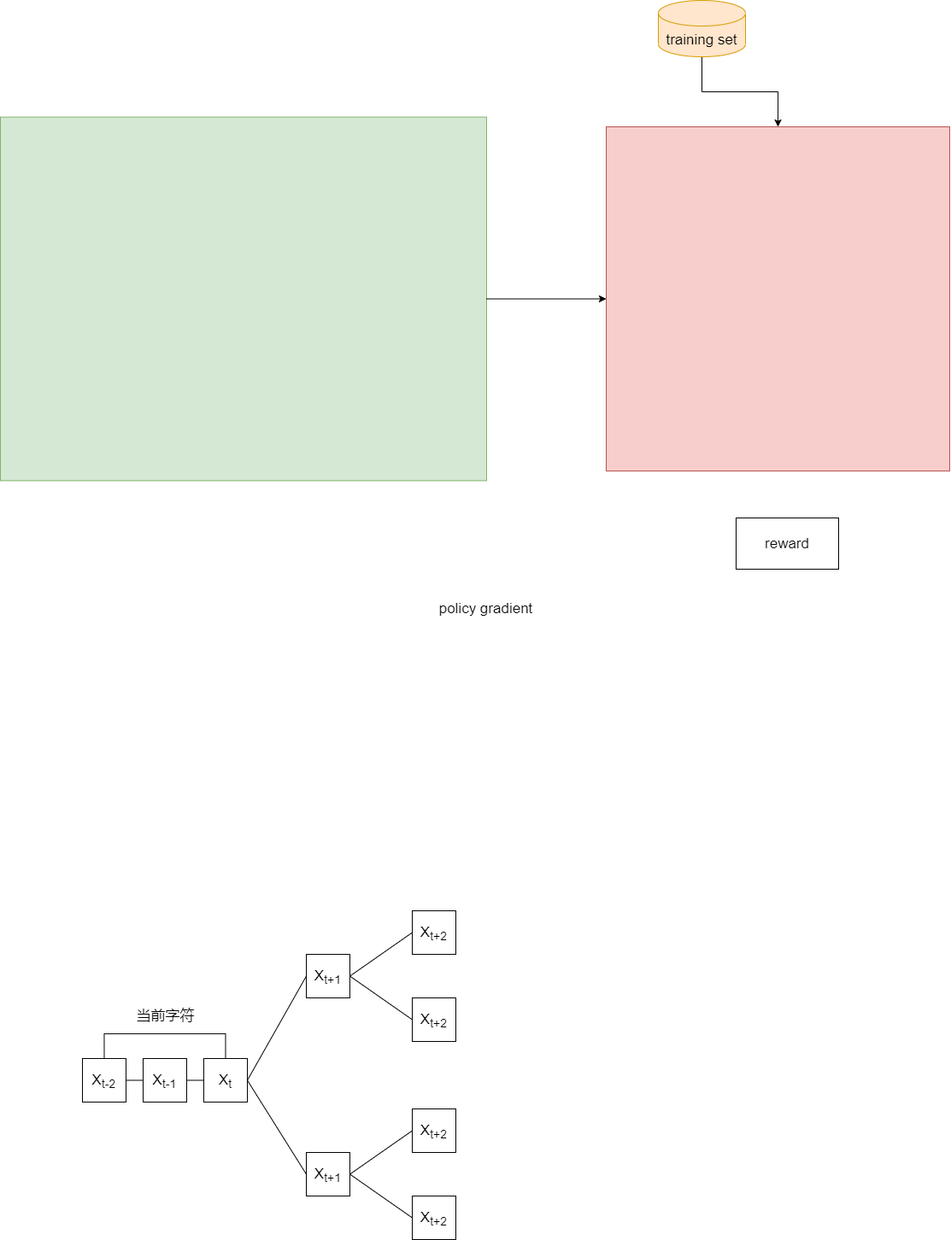
Above: seqgan.drawio.png in lakomi/pictures (draw.io), before the change. Source tidied: cells renumbered, new cells last; positions are measured from the earlier drawing's top-left corner, leaving out a move shared by most shapes.
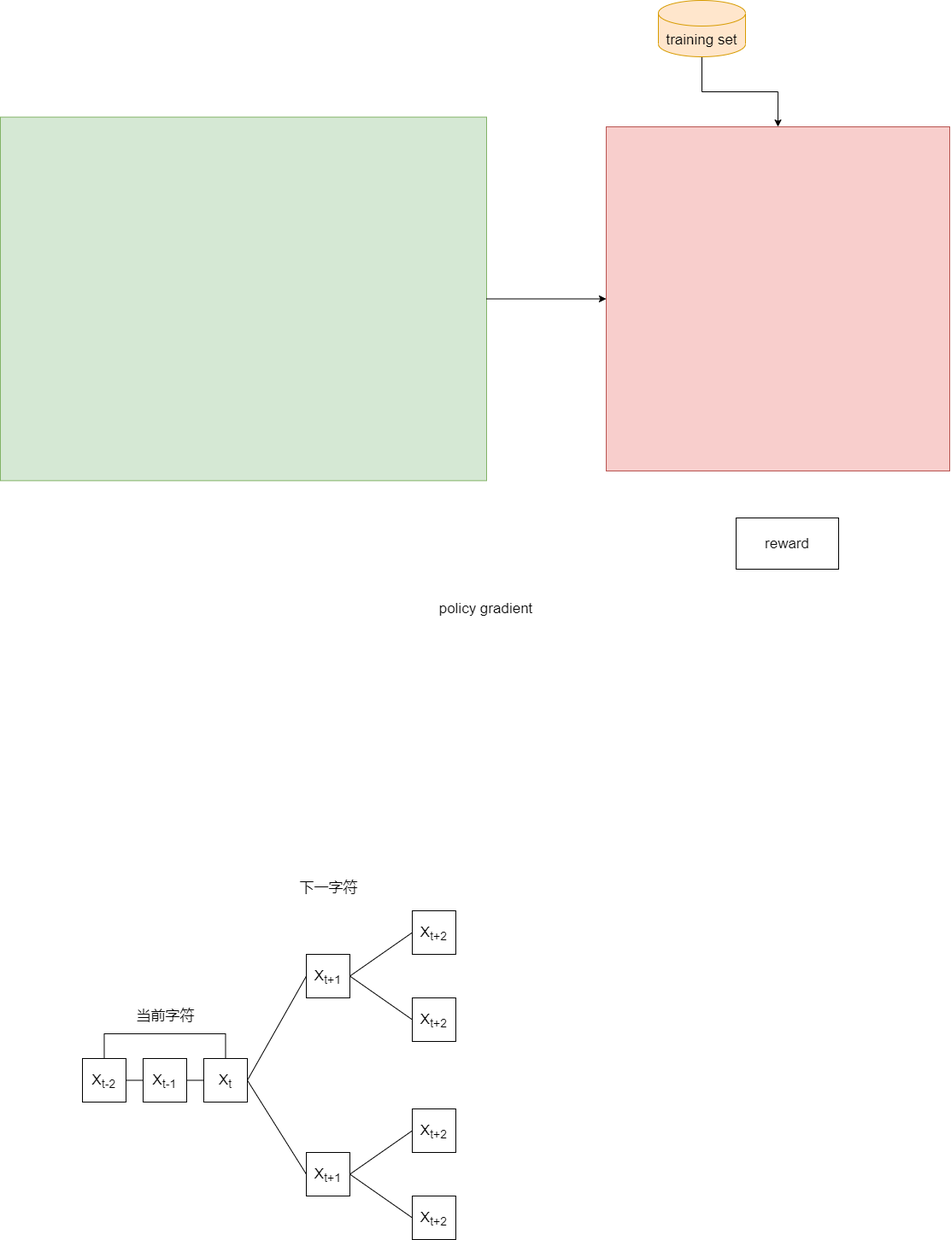
Later version of the same file.

The edit, as a diff of the source:
```diff
@@ -85,5 +85,8 @@
     <mxCell id="27" value="X&lt;sub&gt;t+2&lt;/sub&gt;" style="rounded=0;whiteSpace=wrap;html=1;fontSize=17;" parent="1" vertex="1">
       <mxGeometry x="482" y="1400" width="51" height="51" as="geometry" />
     </mxCell>
+    <mxCell id="28" value="下一字符" style="text;html=1;align=center;verticalAlign=middle;strokeColor=none;fillColor=none;fontSize=17;" parent="1" vertex="1">
+      <mxGeometry x="344.5" y="1027" width="78" height="24" as="geometry" />
+    </mxCell>
   </root>
 </mxGraphModel>
```
